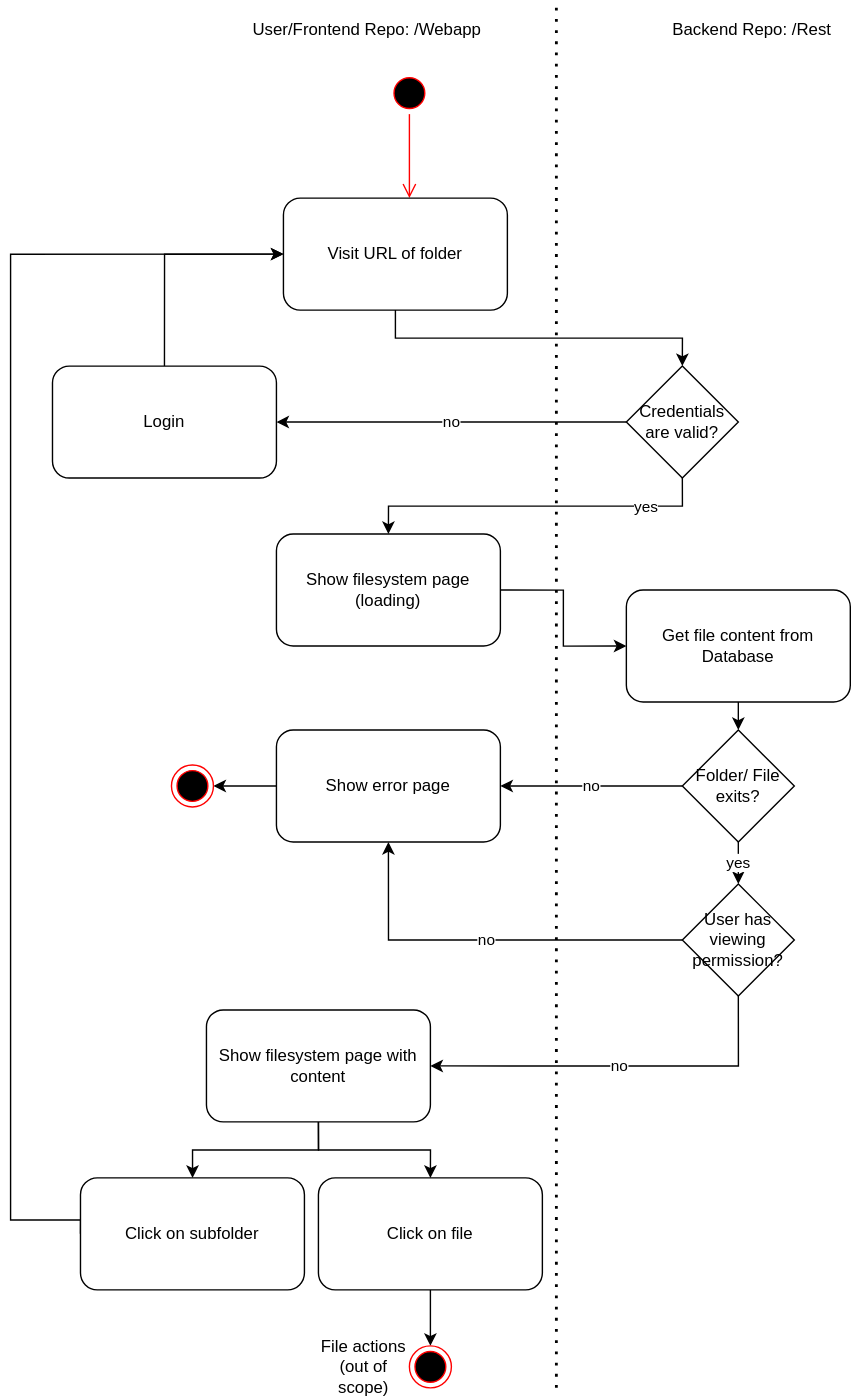
This is assets/diagrams/activity/viewFolderContents.svg from FileFighter/filefighter.github.io, a draw.io export, as it was before one commit. Source tidied: cells renumbered, new cells last; positions are measured from the earlier drawing's top-left corner, leaving out a move shared by most shapes.
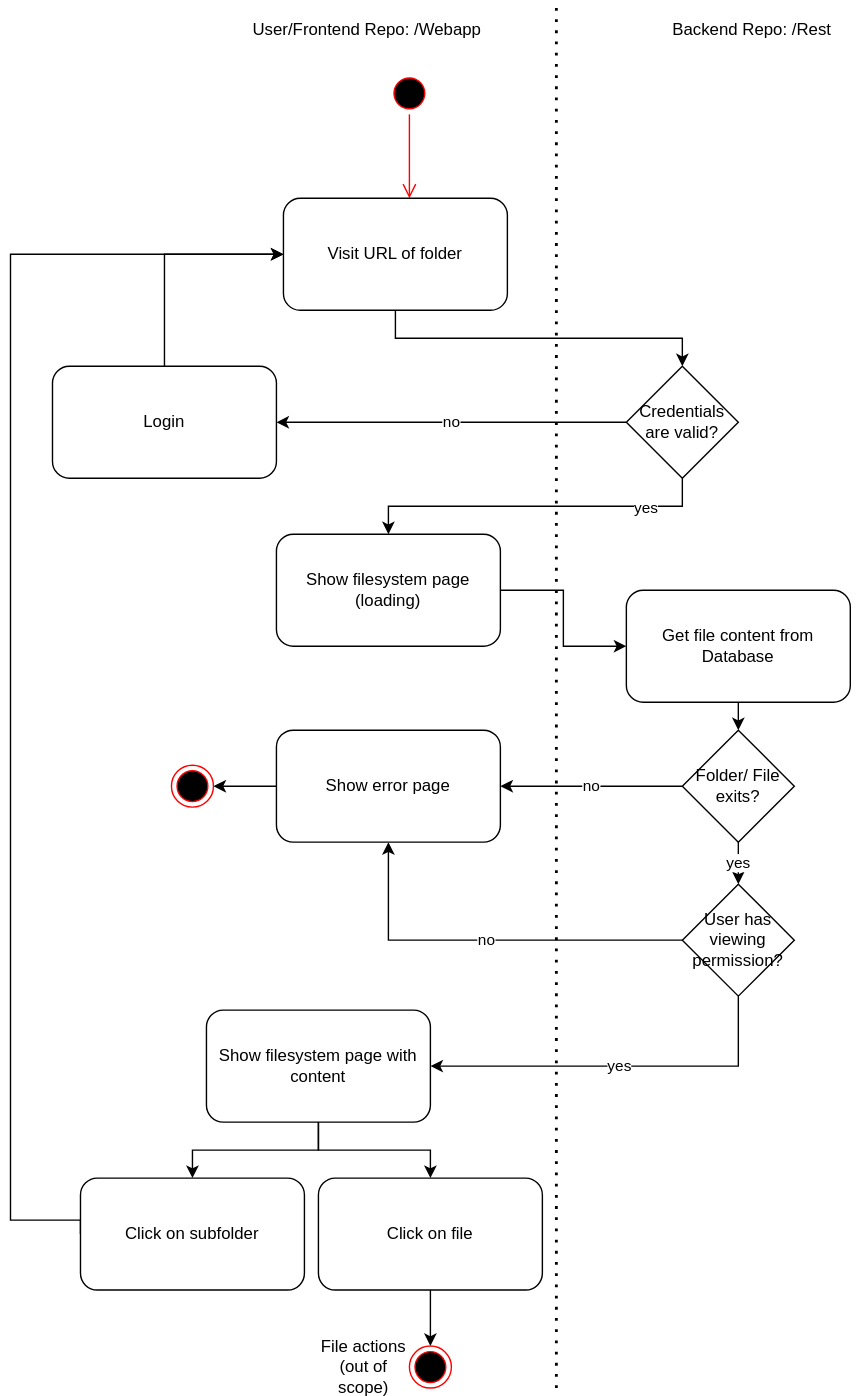
Above is the later version.

Commit message:
diagramm wrong if

Diff of the diagram source:
```diff
@@ -76,7 +76,7 @@
     <mxCell id="24" value="Folder/ File&lt;br&gt;exits?" style="rhombus;whiteSpace=wrap;html=1;" parent="1" vertex="1">
       <mxGeometry x="480" y="520" width="80" height="80" as="geometry" />
     </mxCell>
-    <mxCell id="25" value="no" style="edgeStyle=orthogonalEdgeStyle;rounded=0;jettySize=auto;html=1;exitX=0.5;exitY=1;exitDx=0;exitDy=0;entryX=1;entryY=0.5;entryDx=0;entryDy=0;strokeColor=#000000;" parent="1" edge="1" source="27" target="21">
+    <mxCell id="25" value="yes" style="edgeStyle=orthogonalEdgeStyle;rounded=0;jettySize=auto;html=1;exitX=0.5;exitY=1;exitDx=0;exitDy=0;entryX=1;entryY=0.5;entryDx=0;entryDy=0;strokeColor=#000000;" parent="1" edge="1" source="27" target="21">
       <mxGeometry relative="1" as="geometry" />
     </mxCell>
     <mxCell id="26" value="no" style="edgeStyle=orthogonalEdgeStyle;rounded=0;jettySize=auto;html=1;exitX=0;exitY=0.5;exitDx=0;exitDy=0;entryX=0.5;entryY=1;entryDx=0;entryDy=0;strokeColor=#000000;" parent="1" edge="1" source="27" target="29">
```
